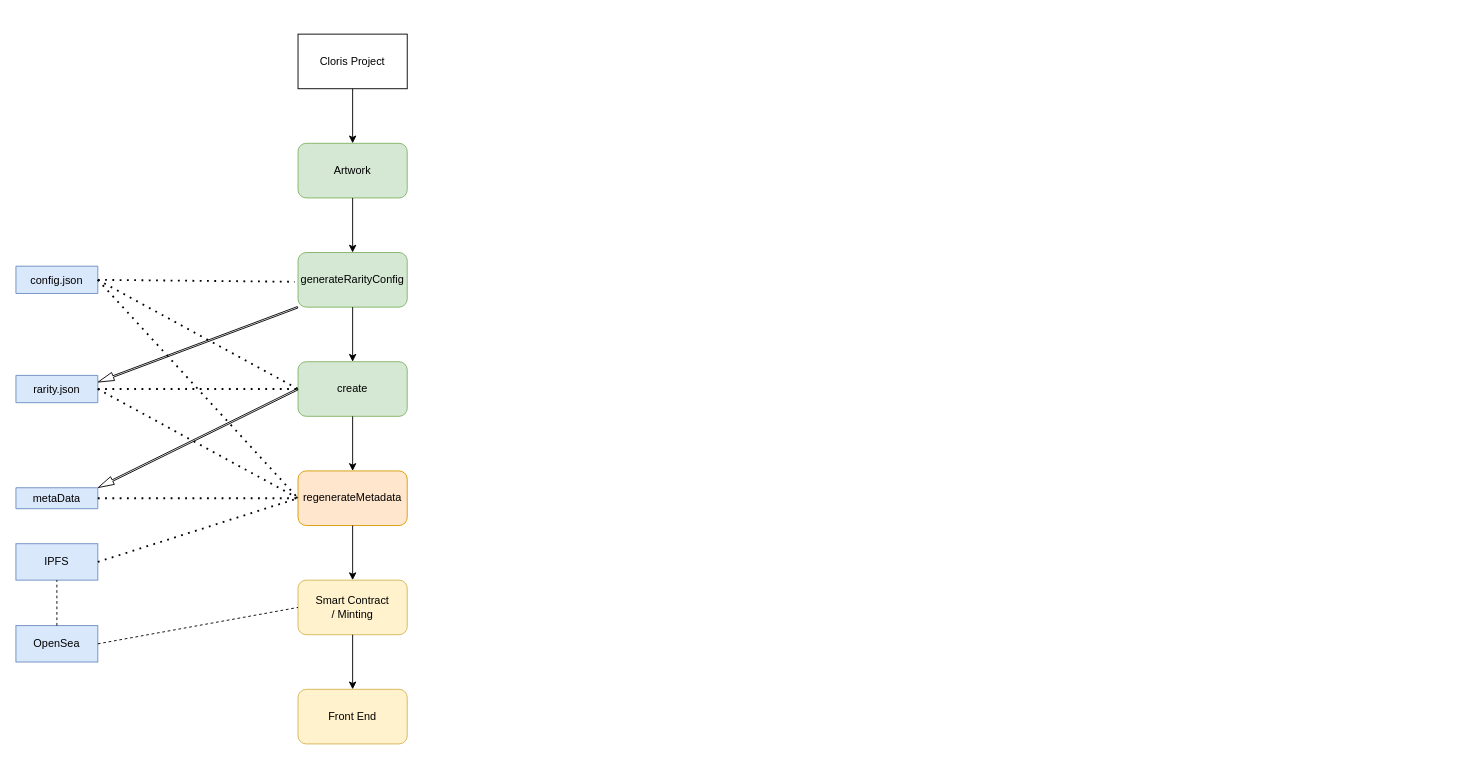
The draw.io diagram ClorisRoadmap.drawio in shaunmsoria/Cloris, before the edit. Source tidied: cells renumbered, new cells numbered last; positions are measured from the earlier drawing's top-left corner, leaving out a move shared by most shapes. Both pictures are drawn from the tidied source at 91%, with x=0, y=0 at pixel (15, 34).
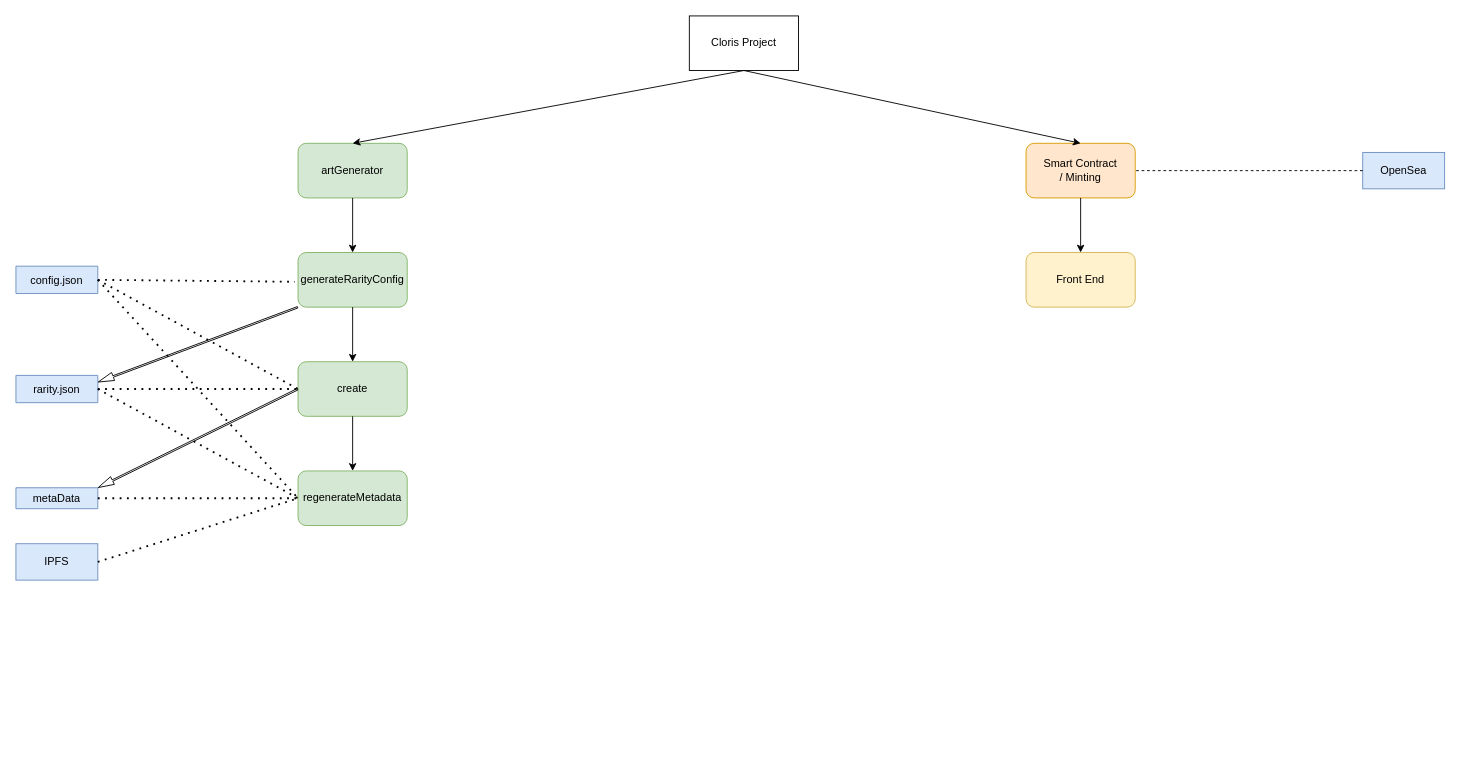
The same page after the edit.

Unchanged cells that the change refers to:
```xml
<mxCell id="22" value="IPFS" style="rounded=0;whiteSpace=wrap;html=1;fillColor=#dae8fc;strokeColor=#6c8ebf;" parent="1" vertex="1">
  <mxGeometry y="560" width="90" height="40" as="geometry" />
</mxCell>
```

Diff of the diagram source:
```diff
@@
     <mxCell id="2" value="Cloris Project" style="rounded=0;whiteSpace=wrap;html=1;" parent="1" vertex="1">
-      <mxGeometry x="310" width="120" height="60" as="geometry" />
+      <mxGeometry x="740" y="-20" width="120" height="60" as="geometry" />
     </mxCell>
-    <mxCell id="3" value="Artwork" style="rounded=1;whiteSpace=wrap;html=1;fillColor=#d5e8d4;strokeColor=#82b366;" parent="1" vertex="1">
+    <mxCell id="3" value="artGenerator" style="rounded=1;whiteSpace=wrap;html=1;fillColor=#d5e8d4;strokeColor=#82b366;" parent="1" vertex="1">
       <mxGeometry x="310" y="120" width="120" height="60" as="geometry" />
     </mxCell>
@@
-    <mxCell id="6" value="regenerateMetadata" style="rounded=1;whiteSpace=wrap;html=1;fillColor=#ffe6cc;strokeColor=#d79b00;" parent="1" vertex="1">
+    <mxCell id="6" value="regenerateMetadata" style="rounded=1;whiteSpace=wrap;html=1;fillColor=#d5e8d4;strokeColor=#82b366;" parent="1" vertex="1">
       <mxGeometry x="310" y="480" width="120" height="60" as="geometry" />
     </mxCell>
@@
-    <mxCell id="24" value="Smart Contract&lt;br&gt;/ Minting" style="rounded=1;whiteSpace=wrap;html=1;fillColor=#fff2cc;strokeColor=#d6b656;" parent="1" vertex="1">
-      <mxGeometry x="310" y="600" width="120" height="60" as="geometry" />
+    <mxCell id="24" value="Smart Contract&lt;br&gt;/ Minting" style="rounded=1;whiteSpace=wrap;html=1;fillColor=#ffe6cc;strokeColor=#d79b00;" parent="1" vertex="1">
+      <mxGeometry x="1110" y="120" width="120" height="60" as="geometry" />
     </mxCell>
     <mxCell id="25" value="Front End" style="rounded=1;whiteSpace=wrap;html=1;fillColor=#fff2cc;strokeColor=#d6b656;" parent="1" vertex="1">
-      <mxGeometry x="310" y="720" width="120" height="60" as="geometry" />
+      <mxGeometry x="1110" y="240" width="120" height="60" as="geometry" />
     </mxCell>
     <mxCell id="26" value="OpenSea" style="rounded=0;whiteSpace=wrap;html=1;fillColor=#dae8fc;strokeColor=#6c8ebf;" parent="1" vertex="1">
-      <mxGeometry y="650" width="90" height="40" as="geometry" />
+      <mxGeometry x="1480" y="130" width="90" height="40" as="geometry" />
     </mxCell>
-    <mxCell id="27" style="endArrow=none;dashed=1;html=1;rounded=0;exitX=0.5;exitY=0;exitDx=0;exitDy=0;entryX=0.5;entryY=1;entryDx=0;entryDy=0;" parent="1" edge="1" source="26" target="22">
-      <mxGeometry relative="1" as="geometry" />
-    </mxCell>
-    <mxCell id="28" style="endArrow=none;dashed=1;html=1;rounded=0;exitX=1;exitY=0.5;exitDx=0;exitDy=0;entryX=0;entryY=0.5;entryDx=0;entryDy=0;" parent="1" edge="1" source="26" target="24">
+    <mxCell id="28" style="endArrow=none;dashed=1;html=1;rounded=0;exitX=0;exitY=0.5;exitDx=0;exitDy=0;entryX=1;entryY=0.5;entryDx=0;entryDy=0;" parent="1" edge="1" source="26" target="24">
       <mxGeometry relative="1" as="geometry" />
     </mxCell>
-    <mxCell id="29" style="endArrow=classic;html=1;rounded=0;exitX=0.5;exitY=1;exitDx=0;exitDy=0;" parent="1" edge="1" source="6" target="24">
-      <mxGeometry relative="1" as="geometry" />
-    </mxCell>
@@
+    <mxCell id="31" style="endArrow=classic;html=1;rounded=0;entryX=0.5;entryY=0;entryDx=0;entryDy=0;exitX=0.5;exitY=1;exitDx=0;exitDy=0;" parent="1" edge="1" source="2" target="24">
+      <mxGeometry relative="1" as="geometry" />
+    </mxCell>
```
